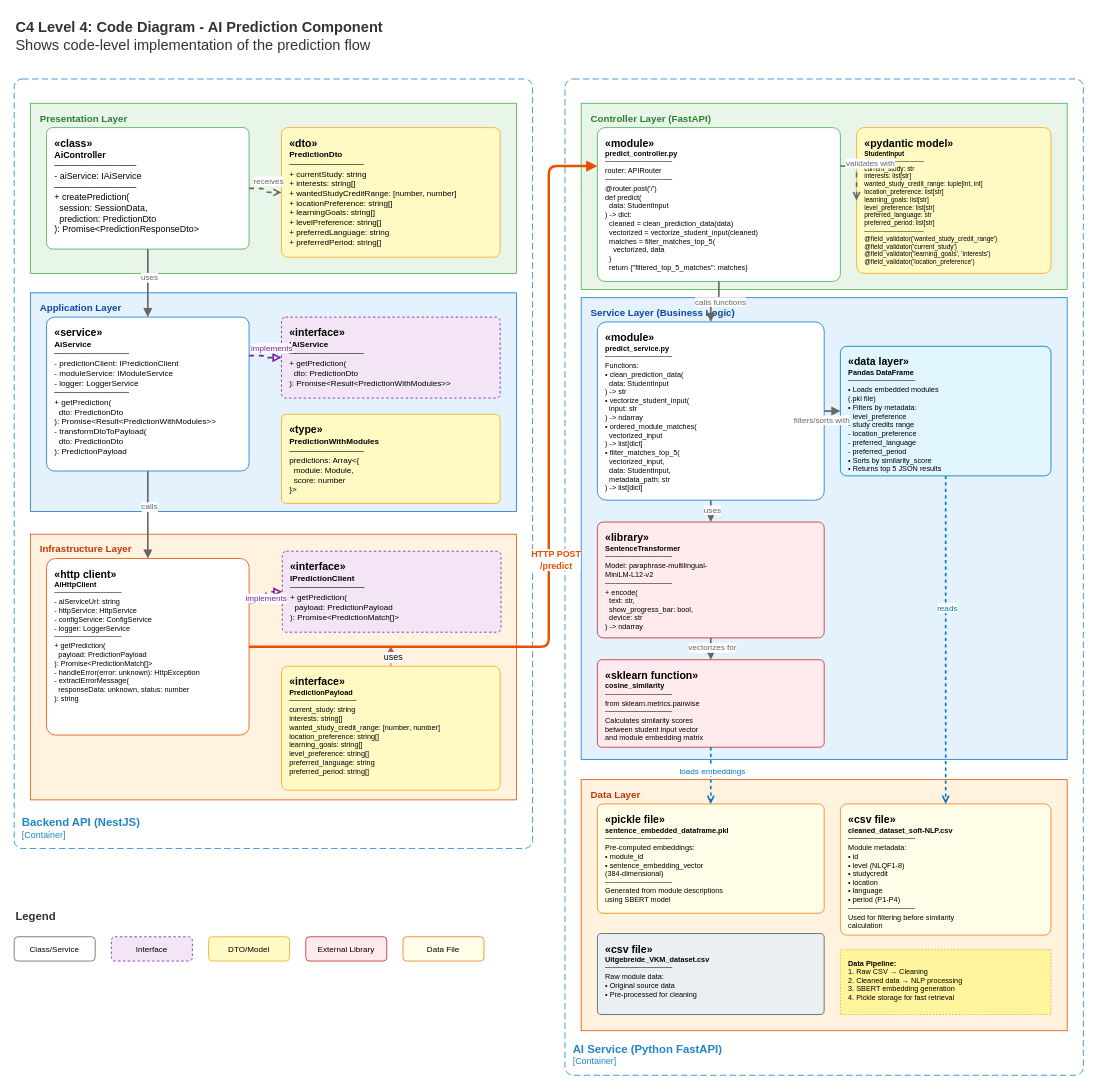
This is page "AI Prediction" (1 of 7) of C4-Model/Level 4.drawio from CompassGPT/Documentation, a draw.io file, before an edit. Source tidied: cells renumbered, new cells numbered last; positions are measured from the earlier drawing's top-left corner, leaving out a move shared by most shapes. Both pictures are drawn from the tidied source at 81%, with x=0, y=0 at pixel (14, 14).
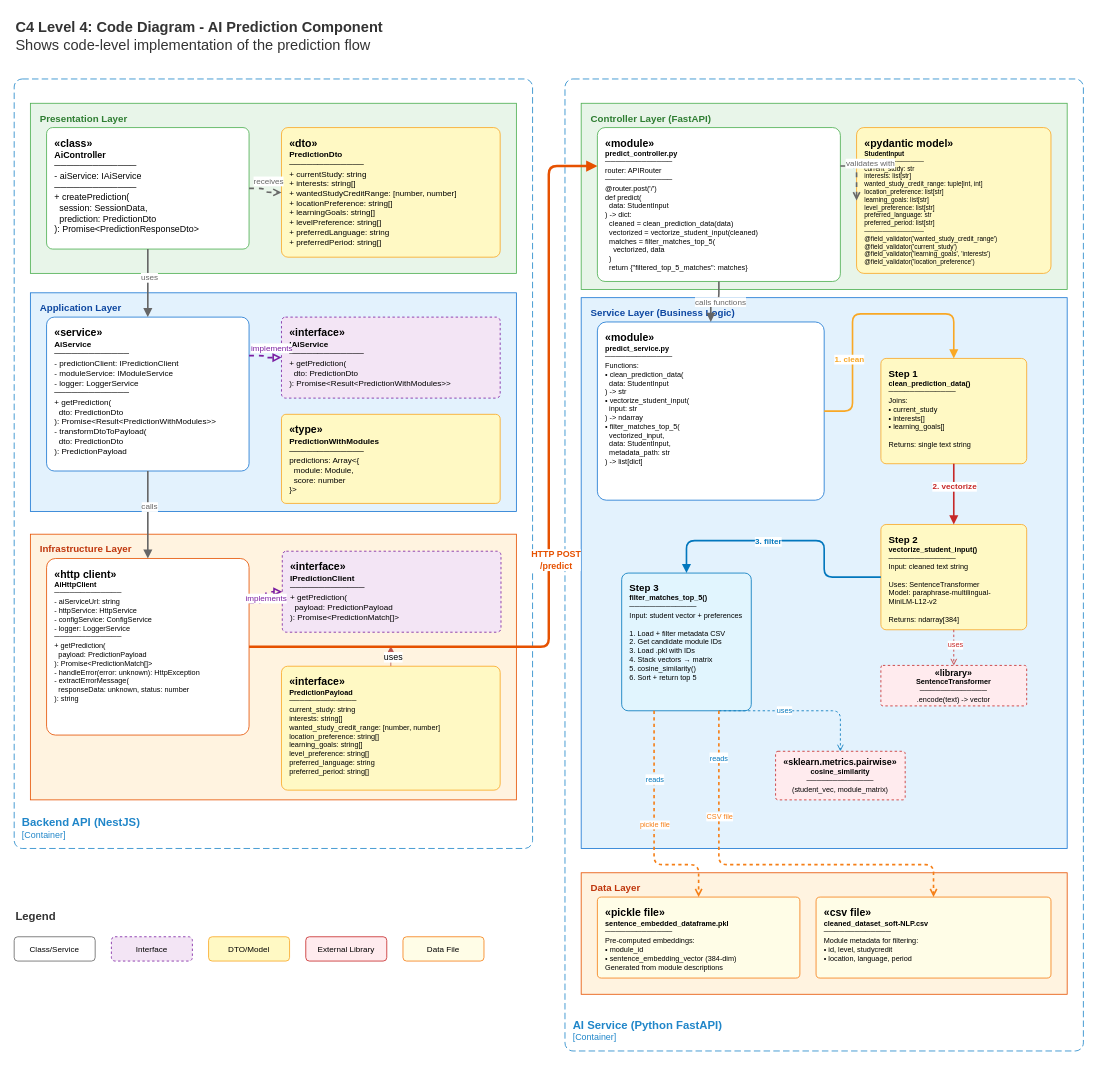
The same diagram, later.

Commit message (it also covers changes not shown here):
Refactor C4 Model diagrams: Adjust page heights, add service layer, and update function labels for clarity

What changed in the source:
```diff
@@
     <mxCell id="4" value="&lt;font style=&quot;font-size: 14px&quot;&gt;&lt;b&gt;&lt;div style=&quot;text-align: left&quot;&gt;AI Service (Python FastAPI)&lt;/div&gt;&lt;/b&gt;&lt;/font&gt;&lt;div style=&quot;text-align: left&quot;&gt;[Container]&lt;/div&gt;" style="rounded=1;fontSize=11;whiteSpace=wrap;html=1;dashed=1;arcSize=20;fillColor=none;strokeColor=#2086C9;fontColor=#2086C9;labelBackgroundColor=none;align=left;verticalAlign=bottom;labelBorderColor=none;spacingTop=0;spacing=10;dashPattern=8 4;perimeter=rectanglePerimeter;noLabel=0;labelPadding=0;absoluteArcSize=1;" parent="1" vertex="1">
-      <mxGeometry x="680" y="80" width="640" height="1230" as="geometry" />
+      <mxGeometry x="680" y="80" width="640" height="1200" as="geometry" />
     </mxCell>
@@
+    <mxCell id="21" value="&lt;b&gt;Service Layer (Business Logic)&lt;/b&gt;" style="rounded=0;whiteSpace=wrap;html=1;fillColor=#E3F2FD;strokeColor=#1976D2;fontColor=#0D47A1;fontSize=12;align=left;verticalAlign=top;spacingLeft=10;spacingTop=5;" parent="1" vertex="1">
+      <mxGeometry x="700" y="350" width="600" height="680" as="geometry" />
+    </mxCell>
@@
-    <mxCell id="21" value="&lt;b&gt;Service Layer (Business Logic)&lt;/b&gt;" style="rounded=0;whiteSpace=wrap;html=1;fillColor=#E3F2FD;strokeColor=#1976D2;fontColor=#0D47A1;fontSize=12;align=left;verticalAlign=top;spacingLeft=10;spacingTop=5;" parent="1" vertex="1">
-      <mxGeometry x="700" y="350" width="600" height="570" as="geometry" />
-    </mxCell>
-    <mxCell id="22" value="&lt;b&gt;&lt;font style=&quot;font-size: 13px&quot;&gt;«module»&lt;/font&gt;&lt;/b&gt;&lt;br&gt;&lt;b&gt;predict_service.py&lt;/b&gt;&lt;br&gt;─────────────&lt;br&gt;Functions:&lt;br&gt;• clean_prediction_data(&lt;br&gt;&amp;nbsp;&amp;nbsp;data: StudentInput&lt;br&gt;) -&amp;gt; str&lt;br&gt;• vectorize_student_input(&lt;br&gt;&amp;nbsp;&amp;nbsp;input: str&lt;br&gt;) -&amp;gt; ndarray&lt;br&gt;• ordered_module_matches(&lt;br&gt;&amp;nbsp;&amp;nbsp;vectorized_input&lt;br&gt;) -&amp;gt; list[dict]&lt;br&gt;• filter_matches_top_5(&lt;br&gt;&amp;nbsp;&amp;nbsp;vectorized_input,&lt;br&gt;&amp;nbsp;&amp;nbsp;data: StudentInput,&lt;br&gt;&amp;nbsp;&amp;nbsp;metadata_path: str&lt;br&gt;) -&amp;gt; list[dict]" style="rounded=1;whiteSpace=wrap;html=1;fillColor=#FFFFFF;strokeColor=#1976D2;fontColor=#000000;fontSize=9;align=left;verticalAlign=top;spacingLeft=8;spacingTop=5;arcSize=5;" parent="1" vertex="1">
+    <mxCell id="22" value="&lt;b&gt;&lt;font style=&quot;font-size: 13px&quot;&gt;«module»&lt;/font&gt;&lt;/b&gt;&lt;br&gt;&lt;b&gt;predict_service.py&lt;/b&gt;&lt;br&gt;─────────────&lt;br&gt;Functions:&lt;br&gt;• clean_prediction_data(&lt;br&gt;&amp;nbsp;&amp;nbsp;data: StudentInput&lt;br&gt;) -&amp;gt; str&lt;br&gt;• vectorize_student_input(&lt;br&gt;&amp;nbsp;&amp;nbsp;input: str&lt;br&gt;) -&amp;gt; ndarray&lt;br&gt;• filter_matches_top_5(&lt;br&gt;&amp;nbsp;&amp;nbsp;vectorized_input,&lt;br&gt;&amp;nbsp;&amp;nbsp;data: StudentInput,&lt;br&gt;&amp;nbsp;&amp;nbsp;metadata_path: str&lt;br&gt;) -&amp;gt; list[dict]" style="rounded=1;whiteSpace=wrap;html=1;fillColor=#FFFFFF;strokeColor=#1976D2;fontColor=#000000;fontSize=9;align=left;verticalAlign=top;spacingLeft=8;spacingTop=5;arcSize=5;" parent="1" vertex="1">
       <mxGeometry x="720" y="380" width="280" height="220" as="geometry" />
     </mxCell>
+    <mxCell id="63" value="&lt;b&gt;&lt;font style=&quot;font-size: 12px&quot;&gt;Step 1&lt;/font&gt;&lt;/b&gt;&lt;br&gt;&lt;b&gt;clean_prediction_data()&lt;/b&gt;&lt;br&gt;─────────────&lt;br&gt;Joins:&lt;br&gt;• current_study&lt;br&gt;• interests[]&lt;br&gt;• learning_goals[]&lt;br&gt;&lt;br&gt;Returns: single text string" style="rounded=1;whiteSpace=wrap;html=1;fillColor=#FFF9C4;strokeColor=#F9A825;fontColor=#000000;fontSize=9;align=left;verticalAlign=top;spacingLeft=8;spacingTop=5;arcSize=5;" parent="1" vertex="1">
+      <mxGeometry x="1070" y="425" width="180" height="130" as="geometry" />
+    </mxCell>
+    <mxCell id="64" value="&lt;b&gt;&lt;font style=&quot;font-size: 12px&quot;&gt;Step 2&lt;/font&gt;&lt;/b&gt;&lt;br&gt;&lt;b&gt;vectorize_student_input()&lt;/b&gt;&lt;br&gt;─────────────&lt;br&gt;Input: cleaned text string&lt;br&gt;&lt;br&gt;Uses: SentenceTransformer&lt;br&gt;Model: paraphrase-multilingual-&lt;br&gt;MiniLM-L12-v2&lt;br&gt;&lt;br&gt;Returns: ndarray[384]" style="rounded=1;whiteSpace=wrap;html=1;fillColor=#FFF9C4;strokeColor=#F9A825;fontColor=#000000;fontSize=9;align=left;verticalAlign=top;spacingLeft=8;spacingTop=5;arcSize=5;" parent="1" vertex="1">
+      <mxGeometry x="1070" y="630" width="180" height="130" as="geometry" />
+    </mxCell>
+    <mxCell id="65" value="&lt;b&gt;&lt;font style=&quot;font-size: 12px&quot;&gt;Step 3&lt;/font&gt;&lt;/b&gt;&lt;br&gt;&lt;b&gt;filter_matches_top_5()&lt;/b&gt;&lt;br&gt;─────────────&lt;br&gt;Input: student vector + preferences&lt;br&gt;&lt;br&gt;1. Load + filter metadata CSV&lt;br&gt;2. Get candidate module IDs&lt;br&gt;3. Load .pkl with IDs&lt;br&gt;4. Stack vectors → matrix&lt;br&gt;5. cosine_similarity()&lt;br&gt;6. Sort + return top 5" style="rounded=1;whiteSpace=wrap;html=1;fillColor=#E1F5FE;strokeColor=#0277BD;fontColor=#000000;fontSize=9;align=left;verticalAlign=top;spacingLeft=8;spacingTop=5;arcSize=5;" parent="1" vertex="1">
+      <mxGeometry x="750" y="690" width="160" height="170" as="geometry" />
+    </mxCell>
-    <mxCell id="23" value="&lt;b&gt;&lt;font style=&quot;font-size: 13px&quot;&gt;«library»&lt;/font&gt;&lt;/b&gt;&lt;br&gt;&lt;b&gt;SentenceTransformer&lt;/b&gt;&lt;br&gt;─────────────&lt;br&gt;Model: paraphrase-multilingual-&lt;br&gt;MiniLM-L12-v2&lt;br&gt;─────────────&lt;br&gt;+ encode(&lt;br&gt;&amp;nbsp;&amp;nbsp;text: str,&lt;br&gt;&amp;nbsp;&amp;nbsp;show_progress_bar: bool,&lt;br&gt;&amp;nbsp;&amp;nbsp;device: str&lt;br&gt;) -&amp;gt; ndarray" style="rounded=1;whiteSpace=wrap;html=1;fillColor=#FFEBEE;strokeColor=#C62828;fontColor=#000000;fontSize=9;align=left;verticalAlign=top;spacingLeft=8;spacingTop=5;arcSize=5;" parent="1" vertex="1">
-      <mxGeometry x="720" y="627" width="280" height="143" as="geometry" />
+    <mxCell id="23" value="&lt;b&gt;&lt;font style=&quot;font-size: 11px&quot;&gt;«library»&lt;/font&gt;&lt;/b&gt;&lt;br&gt;&lt;b&gt;SentenceTransformer&lt;/b&gt;&lt;br&gt;─────────────&lt;br&gt;.encode(text) -&amp;gt; vector" style="rounded=1;whiteSpace=wrap;html=1;fillColor=#FFEBEE;strokeColor=#C62828;fontColor=#000000;fontSize=9;align=center;verticalAlign=middle;arcSize=5;dashed=1;dashPattern=3 3;" parent="1" vertex="1">
+      <mxGeometry x="1070" y="804" width="180" height="50" as="geometry" />
     </mxCell>
-    <mxCell id="24" value="&lt;b&gt;&lt;font style=&quot;font-size: 13px&quot;&gt;«sklearn function»&lt;/font&gt;&lt;/b&gt;&lt;br&gt;&lt;b&gt;cosine_similarity&lt;/b&gt;&lt;br&gt;─────────────&lt;br&gt;from sklearn.metrics.pairwise&lt;br&gt;─────────────&lt;br&gt;Calculates similarity scores&lt;br&gt;between student input vector&lt;br&gt;and module embedding matrix" style="rounded=1;whiteSpace=wrap;html=1;fillColor=#FFEBEE;strokeColor=#C62828;fontColor=#000000;fontSize=9;align=left;verticalAlign=top;spacingLeft=8;spacingTop=5;arcSize=5;" parent="1" vertex="1">
-      <mxGeometry x="720" y="797" width="280" height="108" as="geometry" />
+    <mxCell id="24" value="&lt;b&gt;&lt;font style=&quot;font-size: 11px&quot;&gt;«sklearn.metrics.pairwise»&lt;/font&gt;&lt;/b&gt;&lt;br&gt;&lt;b&gt;cosine_similarity&lt;/b&gt;&lt;br&gt;─────────────&lt;br&gt;(student_vec, module_matrix)" style="rounded=1;whiteSpace=wrap;html=1;fillColor=#FFEBEE;strokeColor=#C62828;fontColor=#000000;fontSize=9;align=center;verticalAlign=middle;arcSize=5;dashed=1;dashPattern=3 3;" parent="1" vertex="1">
+      <mxGeometry x="940" y="910" width="160" height="60" as="geometry" />
     </mxCell>
-    <mxCell id="25" value="&lt;b&gt;&lt;font style=&quot;font-size: 13px&quot;&gt;«data layer»&lt;/font&gt;&lt;/b&gt;&lt;br&gt;&lt;b&gt;Pandas DataFrame&lt;/b&gt;&lt;br&gt;─────────────&lt;br&gt;• Loads embedded modules&lt;br&gt;  (.pkl file)&lt;br&gt;• Filters by metadata:&lt;br&gt;  - level_preference&lt;br&gt;  - study credits range&lt;br&gt;  - location_preference&lt;br&gt;  - preferred_language&lt;br&gt;  - preferred_period&lt;br&gt;• Sorts by similarity_score&lt;br&gt;• Returns top 5 JSON results" style="rounded=1;whiteSpace=wrap;html=1;fillColor=#E1F5FE;strokeColor=#0277BD;fontColor=#000000;fontSize=9;align=left;verticalAlign=top;spacingLeft=8;spacingTop=5;arcSize=5;" parent="1" vertex="1">
-      <mxGeometry x="1020" y="410" width="260" height="160" as="geometry" />
-    </mxCell>
     <mxCell id="26" value="&lt;b&gt;Data Layer&lt;/b&gt;" style="rounded=0;whiteSpace=wrap;html=1;fillColor=#FFF3E0;strokeColor=#E65100;fontColor=#BF360C;fontSize=12;align=left;verticalAlign=top;spacingLeft=10;spacingTop=5;" parent="1" vertex="1">
-      <mxGeometry x="700" y="945" width="600" height="310" as="geometry" />
+      <mxGeometry x="700" y="1060" width="600" height="150" as="geometry" />
     </mxCell>
-    <mxCell id="27" value="&lt;b&gt;&lt;font style=&quot;font-size: 13px&quot;&gt;«pickle file»&lt;/font&gt;&lt;/b&gt;&lt;br&gt;&lt;b&gt;sentence_embedded_dataframe.pkl&lt;/b&gt;&lt;br&gt;─────────────&lt;br&gt;Pre-computed embeddings:&lt;br&gt;• module_id&lt;br&gt;• sentence_embedding_vector&lt;br&gt;  (384-dimensional)&lt;br&gt;─────────────&lt;br&gt;Generated from module descriptions&lt;br&gt;using SBERT model" style="rounded=1;whiteSpace=wrap;html=1;fillColor=#FFFDE7;strokeColor=#F57F17;fontColor=#000000;fontSize=9;align=left;verticalAlign=top;spacingLeft=8;spacingTop=5;arcSize=5;" parent="1" vertex="1">
-      <mxGeometry x="720" y="975" width="280" height="135" as="geometry" />
+    <mxCell id="27" value="&lt;b&gt;&lt;font style=&quot;font-size: 13px&quot;&gt;«pickle file»&lt;/font&gt;&lt;/b&gt;&lt;br&gt;&lt;b&gt;sentence_embedded_dataframe.pkl&lt;/b&gt;&lt;br&gt;─────────────&lt;br&gt;Pre-computed embeddings:&lt;br&gt;• module_id&lt;br&gt;• sentence_embedding_vector (384-dim)&lt;br&gt;Generated from module descriptions" style="rounded=1;whiteSpace=wrap;html=1;fillColor=#FFFDE7;strokeColor=#F57F17;fontColor=#000000;fontSize=9;align=left;verticalAlign=top;spacingLeft=8;spacingTop=5;arcSize=5;" parent="1" vertex="1">
+      <mxGeometry x="720" y="1090" width="250" height="100" as="geometry" />
     </mxCell>
-    <mxCell id="28" value="&lt;b&gt;&lt;font style=&quot;font-size: 13px&quot;&gt;«csv file»&lt;/font&gt;&lt;/b&gt;&lt;br&gt;&lt;b&gt;cleaned_dataset_soft-NLP.csv&lt;/b&gt;&lt;br&gt;─────────────&lt;br&gt;Module metadata:&lt;br&gt;• id&lt;br&gt;• level (NLQF1-8)&lt;br&gt;• studycredit&lt;br&gt;• location&lt;br&gt;• language&lt;br&gt;• period (P1-P4)&lt;br&gt;─────────────&lt;br&gt;Used for filtering before similarity&lt;br&gt;calculation" style="rounded=1;whiteSpace=wrap;html=1;fillColor=#FFFDE7;strokeColor=#F57F17;fontColor=#000000;fontSize=9;align=left;verticalAlign=top;spacingLeft=8;spacingTop=5;arcSize=5;" parent="1" vertex="1">
-      <mxGeometry x="1020" y="975" width="260" height="162" as="geometry" />
+    <mxCell id="28" value="&lt;b&gt;&lt;font style=&quot;font-size: 13px&quot;&gt;«csv file»&lt;/font&gt;&lt;/b&gt;&lt;br&gt;&lt;b&gt;cleaned_dataset_soft-NLP.csv&lt;/b&gt;&lt;br&gt;─────────────&lt;br&gt;Module metadata for filtering:&lt;br&gt;• id, level, studycredit&lt;br&gt;• location, language, period" style="rounded=1;whiteSpace=wrap;html=1;fillColor=#FFFDE7;strokeColor=#F57F17;fontColor=#000000;fontSize=9;align=left;verticalAlign=top;spacingLeft=8;spacingTop=5;arcSize=5;" parent="1" vertex="1">
+      <mxGeometry x="990" y="1090" width="290" height="100" as="geometry" />
     </mxCell>
-    <mxCell id="29" value="&lt;b&gt;&lt;font style=&quot;font-size: 13px&quot;&gt;«csv file»&lt;/font&gt;&lt;/b&gt;&lt;br&gt;&lt;b&gt;Uitgebreide_VKM_dataset.csv&lt;/b&gt;&lt;br&gt;─────────────&lt;br&gt;Raw module data:&lt;br&gt;• Original source data&lt;br&gt;• Pre-processed for cleaning" style="rounded=1;whiteSpace=wrap;html=1;fillColor=#ECEFF1;strokeColor=#455A64;fontColor=#000000;fontSize=9;align=left;verticalAlign=top;spacingLeft=8;spacingTop=5;arcSize=5;" parent="1" vertex="1">
-      <mxGeometry x="720" y="1135" width="280" height="100" as="geometry" />
-    </mxCell>
-    <mxCell id="30" value="&lt;b&gt;Data Pipeline:&lt;/b&gt;&lt;br&gt;1. Raw CSV → Cleaning&lt;br&gt;2. Cleaned data → NLP processing&lt;br&gt;3. SBERT embedding generation&lt;br&gt;4. Pickle storage for fast retrieval" style="rounded=0;whiteSpace=wrap;html=1;fillColor=#FFF59D;strokeColor=#F9A825;fontColor=#000000;fontSize=9;align=left;verticalAlign=top;spacingLeft=8;spacingTop=5;dashed=1;dashPattern=2 2;" parent="1" vertex="1">
-      <mxGeometry x="1020" y="1155" width="260" height="80" as="geometry" />
-    </mxCell>
@@
-    <mxCell id="47" style="edgeStyle=orthogonalEdgeStyle;rounded=1;jettySize=auto;html=1;strokeColor=#666666;strokeWidth=2;endArrow=block;endFill=1;exitX=0.5;exitY=1;exitDx=0;exitDy=0;entryX=0.5;entryY=0;entryDx=0;entryDy=0;" parent="1" edge="1" source="22" target="23">
+    <mxCell id="47" style="edgeStyle=orthogonalEdgeStyle;rounded=1;html=1;strokeColor=#F9A825;strokeWidth=2;endArrow=block;endFill=1;exitX=1;exitY=0.5;exitDx=0;exitDy=0;entryX=0.5;entryY=0;entryDx=0;entryDy=0;" parent="1" edge="1" source="22" target="63">
       <mxGeometry relative="1" as="geometry" />
     </mxCell>
-    <mxCell id="48" value="uses" style="edgeLabel;html=1;align=center;verticalAlign=middle;fontSize=10;fontColor=#666666;" parent="47" vertex="1">
-      <mxGeometry x="-0.2" y="1" relative="1" as="geometry" />
+    <mxCell id="48" value="1. clean" style="edgeLabel;html=1;align=center;verticalAlign=middle;fontSize=10;fontColor=#F9A825;fontStyle=1;" parent="47" vertex="1">
+      <mxGeometry x="-0.2" y="1" relative="1" as="geometry">
+        <mxPoint x="-4" y="34" as="offset" />
+      </mxGeometry>
     </mxCell>
-    <mxCell id="49" style="edgeStyle=orthogonalEdgeStyle;rounded=1;jettySize=auto;html=1;strokeColor=#666666;strokeWidth=2;endArrow=block;endFill=1;exitX=0.5;exitY=1;exitDx=0;exitDy=0;entryX=0.5;entryY=0;entryDx=0;entryDy=0;" parent="1" edge="1" source="23" target="24">
+    <mxCell id="49" style="edgeStyle=orthogonalEdgeStyle;rounded=1;html=1;strokeColor=#C62828;strokeWidth=2;endArrow=block;endFill=1;exitX=0.5;exitY=1;exitDx=0;exitDy=0;entryX=0.5;entryY=0;entryDx=0;entryDy=0;" parent="1" edge="1" source="63" target="64">
       <mxGeometry relative="1" as="geometry" />
     </mxCell>
-    <mxCell id="50" value="vectorizes for" style="edgeLabel;html=1;align=center;verticalAlign=middle;fontSize=10;fontColor=#666666;" parent="49" vertex="1">
-      <mxGeometry x="-0.2" y="1" relative="1" as="geometry" />
+    <mxCell id="50" value="2. vectorize" style="edgeLabel;html=1;align=center;verticalAlign=middle;fontSize=10;fontColor=#C62828;fontStyle=1;" parent="49" vertex="1">
+      <mxGeometry x="-0.2" y="1" relative="1" as="geometry">
+        <mxPoint x="-1" y="-3" as="offset" />
+      </mxGeometry>
     </mxCell>
-    <mxCell id="51" style="edgeStyle=orthogonalEdgeStyle;rounded=1;jettySize=auto;html=1;strokeColor=#666666;strokeWidth=2;endArrow=block;endFill=1;exitX=1;exitY=0.5;exitDx=0;exitDy=0;entryX=0;entryY=0.5;entryDx=0;entryDy=0;" parent="1" edge="1" source="22" target="25">
-      <mxGeometry relative="1" as="geometry" />
+    <mxCell id="51" style="edgeStyle=orthogonalEdgeStyle;rounded=1;html=1;strokeColor=#0277BD;strokeWidth=2;endArrow=block;endFill=1;exitX=0;exitY=0.5;exitDx=0;exitDy=0;entryX=0.5;entryY=0;entryDx=0;entryDy=0;" parent="1" edge="1" source="64" target="65">
+      <mxGeometry relative="1" as="geometry">
+        <Array as="points">
+          <mxPoint x="1000" y="695" />
+          <mxPoint x="1000" y="650" />
+          <mxPoint x="830" y="650" />
+        </Array>
+      </mxGeometry>
     </mxCell>
-    <mxCell id="52" value="filters/sorts with" style="edgeLabel;html=1;align=center;verticalAlign=middle;fontSize=10;fontColor=#666666;" parent="51" vertex="1">
+    <mxCell id="52" value="3. filter" style="edgeLabel;html=1;align=center;verticalAlign=middle;fontSize=10;fontColor=#0277BD;fontStyle=1;" parent="51" vertex="1">
       <mxGeometry x="-0.2" y="1" relative="1" as="geometry">
-        <mxPoint x="-12" y="11" as="offset" />
+        <mxPoint x="-55" y="-1" as="offset" />
       </mxGeometry>
     </mxCell>
-    <mxCell id="53" style="edgeStyle=orthogonalEdgeStyle;rounded=1;jettySize=auto;html=1;strokeColor=#0277BD;strokeWidth=2;dashed=1;dashPattern=2 2;endArrow=open;endFill=0;exitX=0.5;exitY=1;exitDx=0;exitDy=0;entryX=0.5;entryY=0;entryDx=0;entryDy=0;" parent="1" edge="1" source="25" target="28">
+    <mxCell id="53" style="edgeStyle=orthogonalEdgeStyle;rounded=1;html=1;strokeColor=#C62828;strokeWidth=1;dashed=1;dashPattern=3 3;endArrow=open;endFill=0;exitX=0.5;exitY=1;exitDx=0;exitDy=0;entryX=0.5;entryY=0;entryDx=0;entryDy=0;" parent="1" edge="1" source="64" target="23">
       <mxGeometry relative="1" as="geometry" />
     </mxCell>
-    <mxCell id="54" value="reads" style="edgeLabel;html=1;align=center;verticalAlign=middle;fontSize=10;fontColor=#0277BD;" parent="53" vertex="1">
+    <mxCell id="54" value="uses" style="edgeLabel;html=1;align=center;verticalAlign=middle;fontSize=9;fontColor=#C62828;" parent="53" vertex="1">
       <mxGeometry x="-0.2" y="1" relative="1" as="geometry" />
     </mxCell>
-    <mxCell id="55" style="edgeStyle=elbowEdgeStyle;rounded=1;jettySize=auto;html=1;strokeColor=#0277BD;strokeWidth=2;dashed=1;dashPattern=2 2;endArrow=open;endFill=0;exitX=0.5;exitY=1;exitDx=0;exitDy=0;entryX=0.5;entryY=0;entryDx=0;entryDy=0;elbow=vertical;" parent="1" edge="1" source="24" target="27">
-      <mxGeometry relative="1" as="geometry" />
+    <mxCell id="55" style="edgeStyle=orthogonalEdgeStyle;rounded=1;html=1;strokeColor=#0277BD;strokeWidth=1;dashed=1;dashPattern=3 3;endArrow=open;endFill=0;entryX=0.5;entryY=0;entryDx=0;entryDy=0;exitX=0.75;exitY=1;exitDx=0;exitDy=0;" parent="1" edge="1" source="65" target="24">
+      <mxGeometry relative="1" as="geometry">
+        <Array as="points">
+          <mxPoint x="1020" y="860" />
+        </Array>
+      </mxGeometry>
     </mxCell>
-    <mxCell id="56" value="loads embeddings" style="edgeLabel;html=1;align=center;verticalAlign=middle;fontSize=10;fontColor=#0277BD;" parent="55" vertex="1">
+    <mxCell id="56" value="uses" style="edgeLabel;html=1;align=center;verticalAlign=middle;fontSize=9;fontColor=#0277BD;" parent="55" vertex="1">
       <mxGeometry x="-0.2" y="1" relative="1" as="geometry" />
     </mxCell>
+    <mxCell id="66" style="edgeStyle=orthogonalEdgeStyle;rounded=1;html=1;strokeColor=#F57F17;strokeWidth=2;dashed=1;dashPattern=2 2;endArrow=open;endFill=0;exitX=0.25;exitY=1;exitDx=0;exitDy=0;entryX=0.5;entryY=0;entryDx=0;entryDy=0;" parent="1" edge="1" source="65" target="27">
+      <mxGeometry relative="1" as="geometry">
+        <Array as="points">
+          <mxPoint x="790" y="1050" />
+          <mxPoint x="845" y="1050" />
+        </Array>
+      </mxGeometry>
+    </mxCell>
+    <mxCell id="67" value="pickle file" style="edgeLabel;html=1;align=center;verticalAlign=middle;fontSize=9;fontColor=#F57F17;" parent="66" vertex="1">
+      <mxGeometry x="-0.2" y="1" relative="1" as="geometry">
+        <mxPoint x="-1" y="26" as="offset" />
+      </mxGeometry>
+    </mxCell>
+    <mxCell id="68" value="&lt;span style=&quot;color: rgb(2, 119, 189); font-size: 9px;&quot;&gt;reads&lt;/span&gt;" style="edgeLabel;html=1;align=center;verticalAlign=middle;" parent="66" vertex="1">
+      <mxGeometry x="-0.41" relative="1" as="geometry" />
+    </mxCell>
+    <mxCell id="69" style="edgeStyle=orthogonalEdgeStyle;rounded=1;html=1;strokeColor=#F57F17;strokeWidth=2;dashed=1;dashPattern=2 2;endArrow=open;endFill=0;exitX=0.75;exitY=1;exitDx=0;exitDy=0;entryX=0.5;entryY=0;entryDx=0;entryDy=0;" parent="1" edge="1" source="65" target="28">
+      <mxGeometry relative="1" as="geometry">
+        <Array as="points">
+          <mxPoint x="870" y="1050" />
+          <mxPoint x="1135" y="1050" />
+        </Array>
+      </mxGeometry>
+    </mxCell>
+    <mxCell id="70" value="CSV file" style="edgeLabel;html=1;align=center;verticalAlign=middle;fontSize=9;fontColor=#F57F17;" parent="69" vertex="1">
+      <mxGeometry x="-0.2" y="1" relative="1" as="geometry">
+        <mxPoint x="-8" y="-59" as="offset" />
+      </mxGeometry>
+    </mxCell>
+    <mxCell id="71" value="&lt;span style=&quot;color: rgb(2, 119, 189); font-size: 9px;&quot;&gt;reads&lt;/span&gt;" style="edgeLabel;html=1;align=center;verticalAlign=middle;" parent="69" vertex="1">
+      <mxGeometry x="-0.77" y="-1" relative="1" as="geometry" />
+    </mxCell>
```
